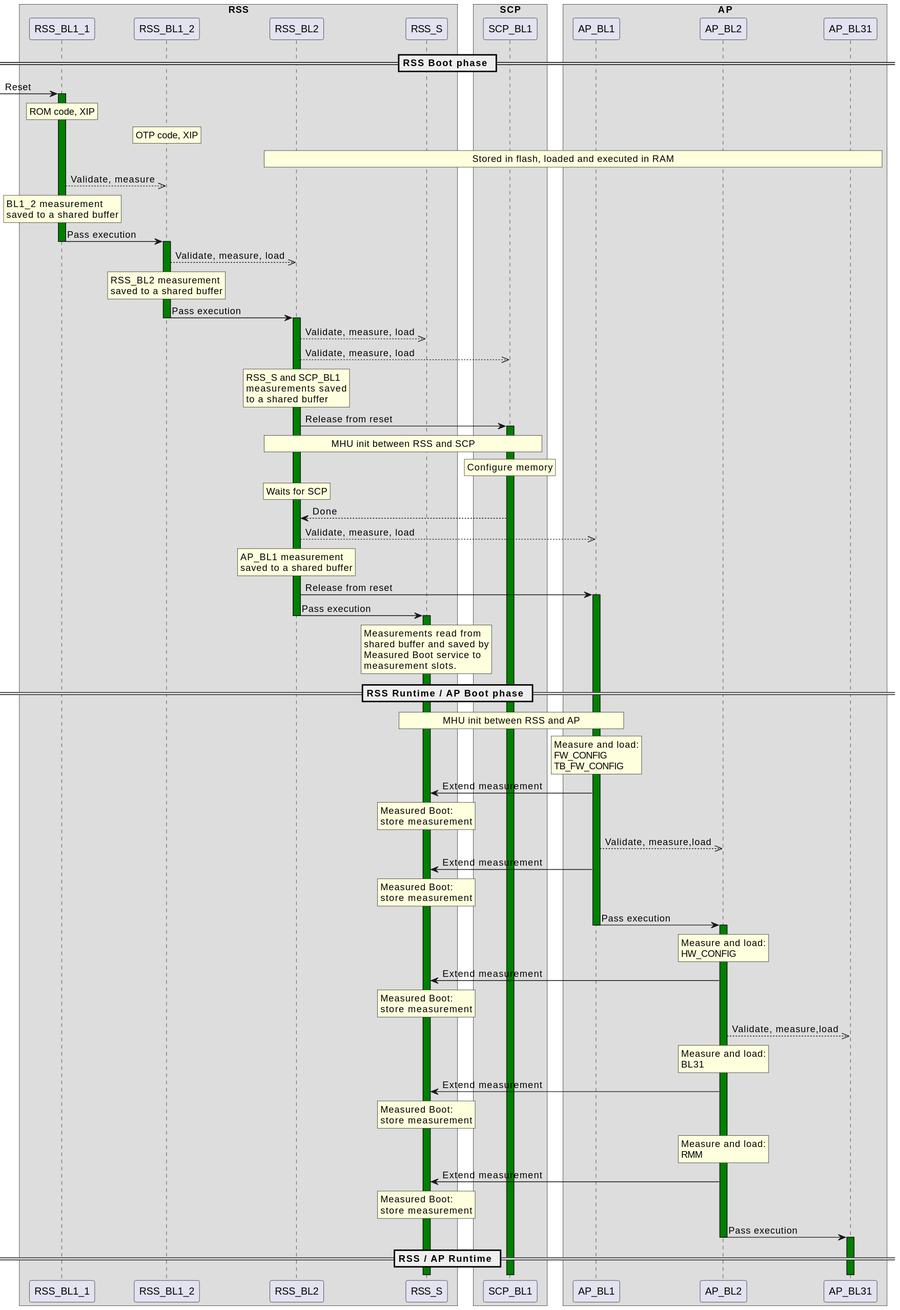
jolivain/trusted-firmware-a keeps this PlantUML diagram as docs/resources/diagrams/rse_measured_boot_flow.svg. Above is the earlier version.
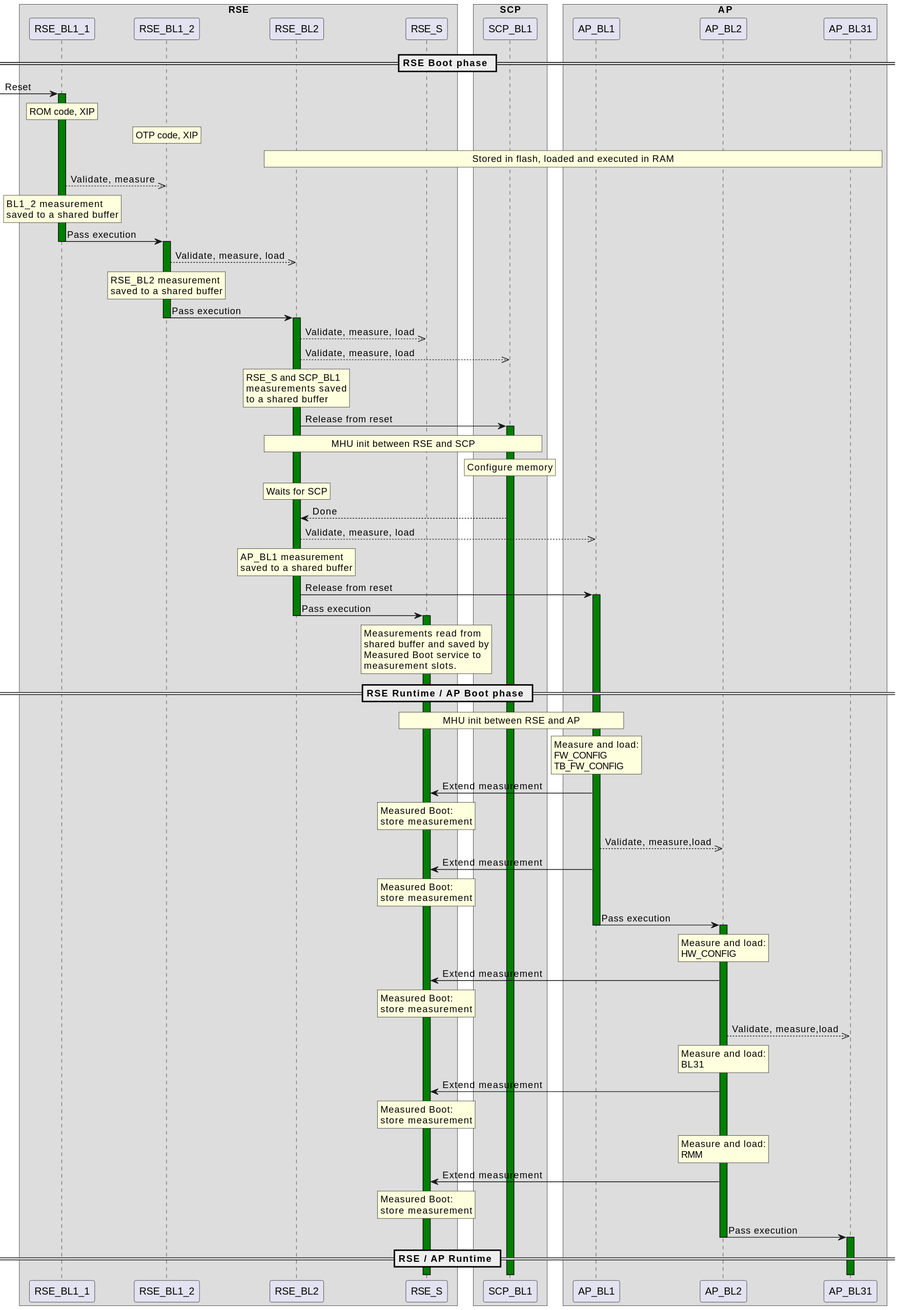
Above is the later version.

The edit, as a diff of the source:
```diff
@@ -1,11 +1,11 @@
 @startuml
 skinparam ParticipantPadding 10
 skinparam BoxPadding 10
-box RSS
-participant RSS_BL1_1
-participant RSS_BL1_2
-participant RSS_BL2
-participant RSS_S
+box RSE
+participant RSE_BL1_1
+participant RSE_BL1_2
+participant RSE_BL2
+participant RSE_S
 endbox
 box SCP
 participant SCP_BL1
@@ -16,63 +16,63 @@
 participant AP_BL31
 endbox
 
-== RSS Boot phase ==
--> RSS_BL1_1: Reset
-Rnote over RSS_BL1_1: ROM code, XIP
-Rnote over RSS_BL1_2: OTP code, XIP
-Rnote over RSS_BL2, AP_BL31: Stored in flash, loaded and executed in RAM
-activate RSS_BL1_1 #Green
-RSS_BL1_1 -->> RSS_BL1_2: Validate, measure
-Rnote over RSS_BL1_1: BL1_2 measurement\n\ saved to a shared buffer
-RSS_BL1_1 -> RSS_BL1_2: Pass execution
-deactivate RSS_BL1_1
-activate RSS_BL1_2 #Green
-RSS_BL1_2 -->> RSS_BL2: Validate, measure, load
-Rnote over RSS_BL1_2: RSS_BL2 measurement\n\ saved to a shared buffer
-RSS_BL1_2 -> RSS_BL2: Pass execution
-deactivate RSS_BL1_2
-activate RSS_BL2 #Green
-RSS_BL2 -->> RSS_S: Validate, measure, load
-RSS_BL2 -->> SCP_BL1: Validate, measure, load
-Rnote over RSS_BL2: RSS_S and SCP_BL1\n\ measurements saved\n\ to a shared buffer
-RSS_BL2 -> SCP_BL1: Release from reset
+== RSE Boot phase ==
+-> RSE_BL1_1: Reset
+Rnote over RSE_BL1_1: ROM code, XIP
+Rnote over RSE_BL1_2: OTP code, XIP
+Rnote over RSE_BL2, AP_BL31: Stored in flash, loaded and executed in RAM
+activate RSE_BL1_1 #Green
+RSE_BL1_1 -->> RSE_BL1_2: Validate, measure
+Rnote over RSE_BL1_1: BL1_2 measurement\n\ saved to a shared buffer
+RSE_BL1_1 -> RSE_BL1_2: Pass execution
+deactivate RSE_BL1_1
+activate RSE_BL1_2 #Green
+RSE_BL1_2 -->> RSE_BL2: Validate, measure, load
+Rnote over RSE_BL1_2: RSE_BL2 measurement\n\ saved to a shared buffer
+RSE_BL1_2 -> RSE_BL2: Pass execution
+deactivate RSE_BL1_2
+activate RSE_BL2 #Green
+RSE_BL2 -->> RSE_S: Validate, measure, load
+RSE_BL2 -->> SCP_BL1: Validate, measure, load
+Rnote over RSE_BL2: RSE_S and SCP_BL1\n\ measurements saved\n\ to a shared buffer
+RSE_BL2 -> SCP_BL1: Release from reset
 activate SCP_BL1 #Green
-Rnote over RSS_BL2, SCP_BL1: MHU init between RSS and SCP
+Rnote over RSE_BL2, SCP_BL1: MHU init between RSE and SCP
 Rnote over SCP_BL1: Configure memory
-Rnote over RSS_BL2: Waits for SCP
-SCP_BL1 --> RSS_BL2: Done
-RSS_BL2 -->> AP_BL1: Validate, measure, load
-Rnote over RSS_BL2: AP_BL1 measurement\n\ saved to a shared buffer
-RSS_BL2 -> AP_BL1: Release from reset
+Rnote over RSE_BL2: Waits for SCP
+SCP_BL1 --> RSE_BL2: Done
+RSE_BL2 -->> AP_BL1: Validate, measure, load
+Rnote over RSE_BL2: AP_BL1 measurement\n\ saved to a shared buffer
+RSE_BL2 -> AP_BL1: Release from reset
 activate AP_BL1 #Green
-RSS_BL2 -> RSS_S: Pass execution
-deactivate RSS_BL2
-activate RSS_S #Green
-Rnote over RSS_S: Measurements read from\n\ shared buffer and saved by\nMeasured Boot service to\n\ measurement slots.
+RSE_BL2 -> RSE_S: Pass execution
+deactivate RSE_BL2
+activate RSE_S #Green
+Rnote over RSE_S: Measurements read from\n\ shared buffer and saved by\nMeasured Boot service to\n\ measurement slots.
 
-== RSS Runtime / AP Boot phase ==
-Rnote over RSS_S, AP_BL1: MHU init between RSS and AP
+== RSE Runtime / AP Boot phase ==
+Rnote over RSE_S, AP_BL1: MHU init between RSE and AP
 Rnote over AP_BL1: Measure and load:\n\ FW_CONFIG\n\ TB_FW_CONFIG
-AP_BL1 -> RSS_S: Extend measurement
-Rnote over RSS_S: Measured Boot:\n\ store measurement
+AP_BL1 -> RSE_S: Extend measurement
+Rnote over RSE_S: Measured Boot:\n\ store measurement
 AP_BL1 -->> AP_BL2: Validate, measure,load
-AP_BL1 -> RSS_S: Extend measurement
-Rnote over RSS_S: Measured Boot:\n\ store measurement
+AP_BL1 -> RSE_S: Extend measurement
+Rnote over RSE_S: Measured Boot:\n\ store measurement
 AP_BL1 -> AP_BL2: Pass execution
 deactivate AP_BL1
 activate AP_BL2 #Green
 Rnote over AP_BL2: Measure and load:\n\ HW_CONFIG
-AP_BL2 -> RSS_S: Extend measurement
-Rnote over RSS_S: Measured Boot:\n\ store measurement
+AP_BL2 -> RSE_S: Extend measurement
+Rnote over RSE_S: Measured Boot:\n\ store measurement
 AP_BL2 -->> AP_BL31: Validate, measure,load
 Rnote over AP_BL2: Measure and load:\n\ BL31
-AP_BL2 -> RSS_S: Extend measurement
-Rnote over RSS_S: Measured Boot:\n\ store measurement
+AP_BL2 -> RSE_S: Extend measurement
+Rnote over RSE_S: Measured Boot:\n\ store measurement
 Rnote over AP_BL2: Measure and load:\n\ RMM
-AP_BL2 -> RSS_S: Extend measurement
-Rnote over RSS_S: Measured Boot:\n\ store measurement
+AP_BL2 -> RSE_S: Extend measurement
+Rnote over RSE_S: Measured Boot:\n\ store measurement
 AP_BL2 -> AP_BL31: Pass execution
 deactivate AP_BL2
 activate AP_BL31 #Green
-== RSS / AP Runtime ==
+== RSE / AP Runtime ==
 @enduml
```
